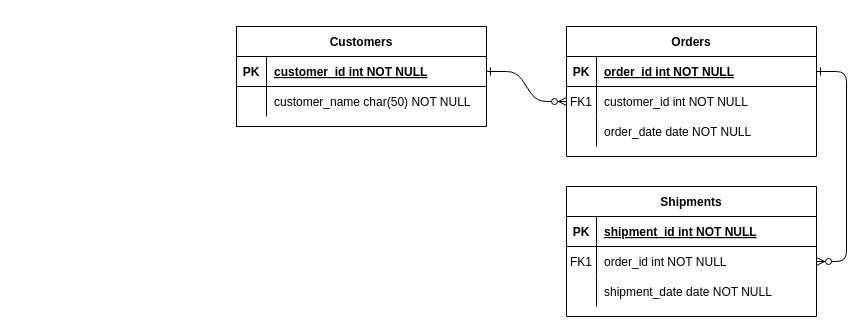
Earlier version of the draw.io diagram Diagram bez tytułu.drawio (TBochynski/Project). Source tidied: cells renumbered, new cells numbered last; positions are measured from the earlier drawing's top-left corner, leaving out a move shared by most shapes. Both pictures are drawn from the tidied source at 100%, with x=0, y=0 at pixel (236, 26).
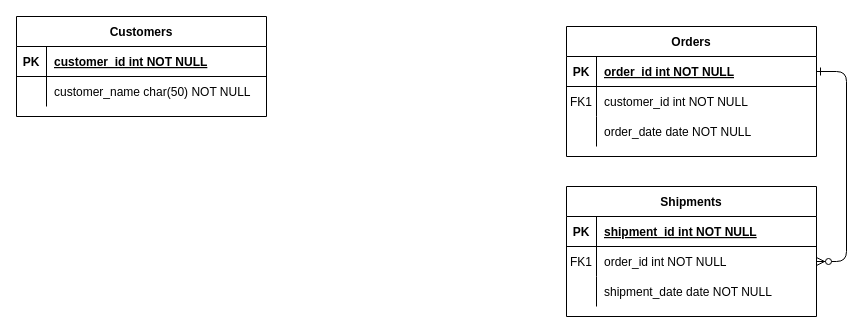
Above is the later version.

Unchanged cells that the change refers to:
```xml
<mxCell id="8" style="shape=partialRectangle;fillColor=none;points=[[0,0.5],[1,0.5]];portConstraint=eastwest;top=0;left=0;right=0;bottom=0;" parent="4" vertex="1">
  <mxGeometry y="60" width="250" height="30" as="geometry" />
</mxCell>
<mxCell id="25" style="shape=partialRectangle;fillColor=none;points=[[0,0.5],[1,0.5]];portConstraint=eastwest;top=0;left=0;right=0;bottom=1;" parent="24" vertex="1">
  <mxGeometry y="30" width="250" height="30" as="geometry" />
</mxCell>
```

Change to the diagram source:
```diff
@@
-    <mxCell id="2" style="edgeStyle=entityRelationEdgeStyle;endArrow=ERzeroToMany;startArrow=ERone;endFill=1;startFill=0;" parent="1" edge="1" source="25" target="8">
-      <mxGeometry relative="1" as="geometry" />
-    </mxCell>
@@
     <mxCell id="24" value="Customers" style="shape=table;startSize=30;childLayout=tableLayout;rowLines=0;fontStyle=1;align=center;" parent="1" vertex="1">
-      <mxGeometry width="250" height="100" as="geometry" />
+      <mxGeometry x="-220" y="-10" width="250" height="100" as="geometry" />
     </mxCell>
```
